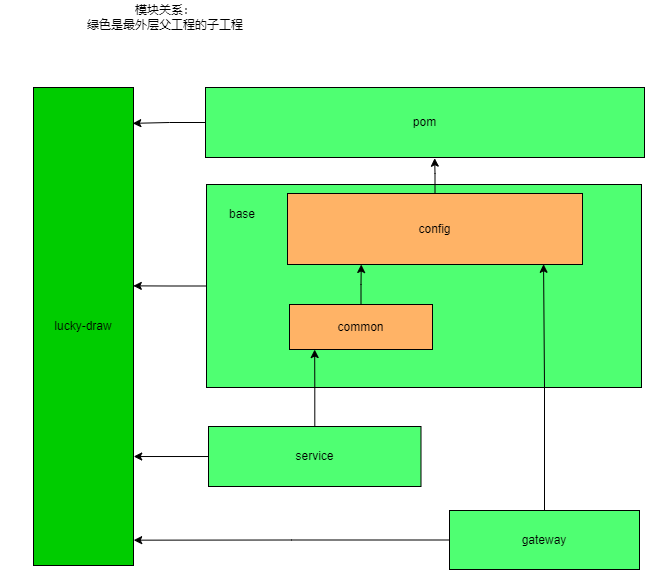
Above: lucky-draw/模块关系.png in Minh-X/draw.io (draw.io), before the change. Source tidied: cells renumbered, new cells last; positions are measured from the earlier drawing's top-left corner, leaving out a move shared by most shapes.
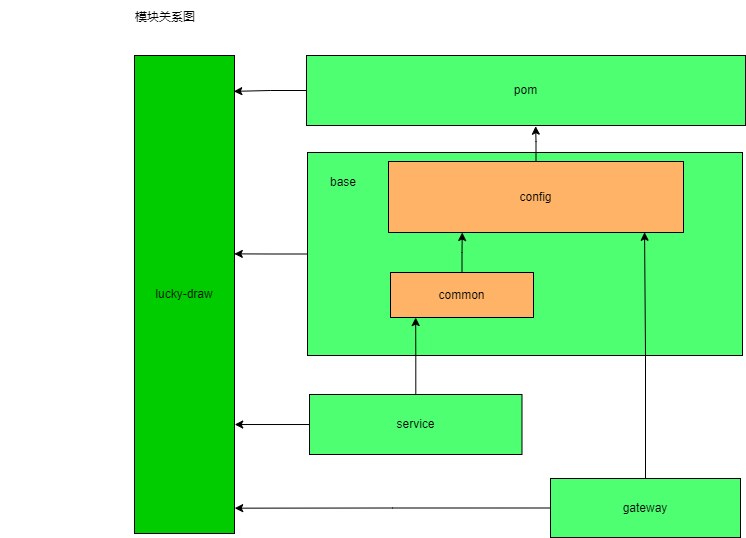
The same file after the commit.

Commit message:
更新模块关系.png

Change to the diagram source:
```diff
@@ -47,8 +47,8 @@
     <mxCell id="16" value="base" style="text;html=1;strokeColor=none;fillColor=none;align=center;verticalAlign=middle;whiteSpace=wrap;rounded=0;" parent="1" vertex="1">
       <mxGeometry x="212" y="199" width="60" height="30" as="geometry" />
     </mxCell>
-    <mxCell id="17" value="模块关系：&lt;br&gt;绿色是最外层父工程的子工程" style="text;html=1;strokeColor=none;fillColor=none;align=center;verticalAlign=middle;whiteSpace=wrap;rounded=0;" parent="1" vertex="1">
-      <mxGeometry width="330" height="34" as="geometry" />
+    <mxCell id="17" value="模块关系图" style="text;html=1;strokeColor=none;fillColor=none;align=center;verticalAlign=middle;whiteSpace=wrap;rounded=0;" parent="1" vertex="1">
+      <mxGeometry x="-101" y="32" width="330" height="34" as="geometry" />
     </mxCell>
     <mxCell id="18" value="lucky-draw" style="rounded=0;whiteSpace=wrap;html=1;fillColor=#00CC00;" parent="1" vertex="1">
       <mxGeometry x="33" y="87" width="100" height="478" as="geometry" />
```
